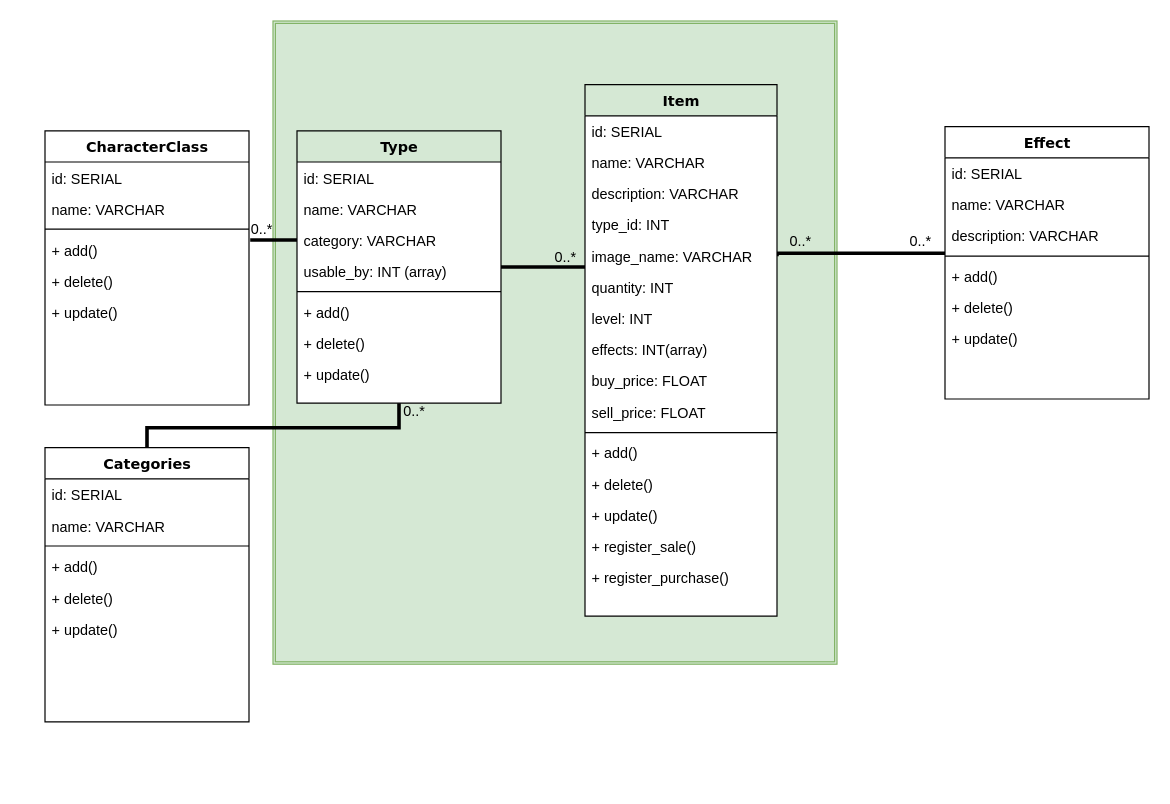
This is documents/Class Diagram.drawio from joshua-gibson/adventurer_shop, a draw.io file, before an edit. Source tidied: cells renumbered, new cells numbered last; positions are measured from the earlier drawing's top-left corner, leaving out a move shared by most shapes. Both pictures are drawn from the tidied source at 120%, with x=0, y=0 at pixel (44, 20).
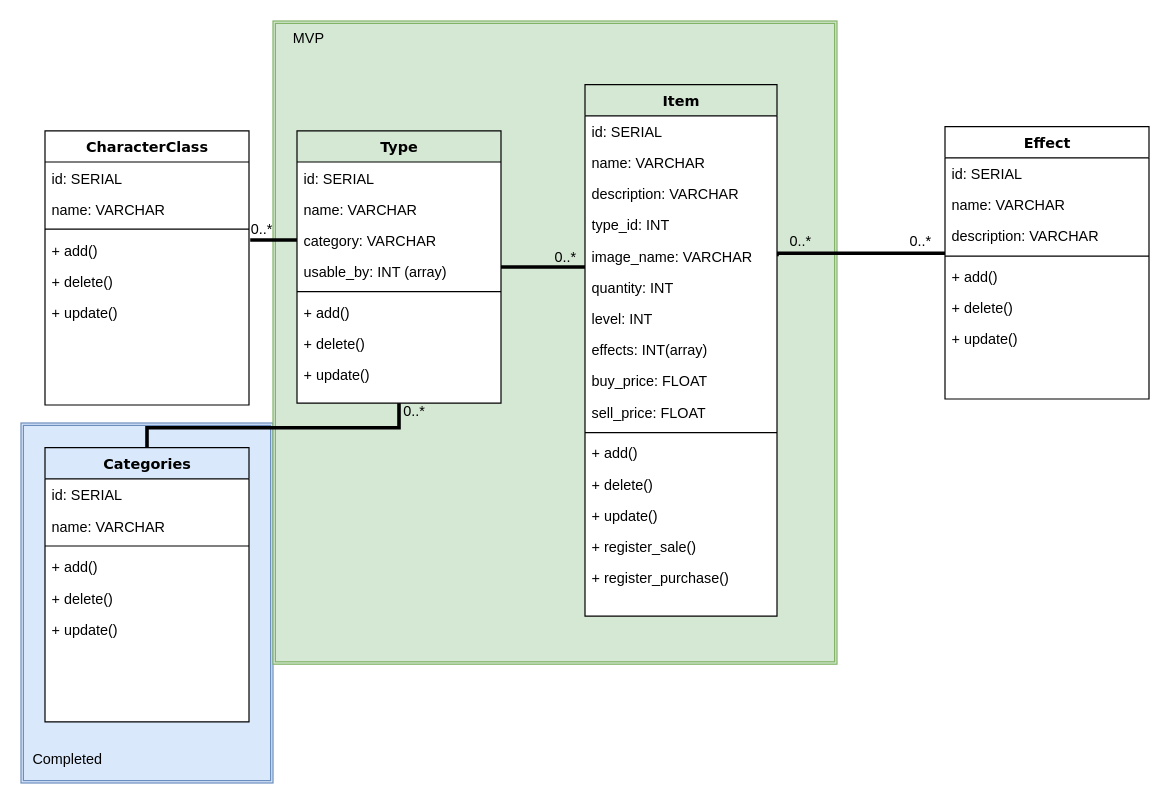
The same page after the edit.

Commit message (it also covers changes not shown here):
character class model and db created, passes tests

The edit, as a diff of the source:
```diff
@@
+    <mxCell id="60" style="shape=ext;double=1;rounded=0;whiteSpace=wrap;html=1;fillColor=#dae8fc;strokeColor=#6c8ebf;" parent="1" vertex="1">
+      <mxGeometry x="-20" y="335" width="210" height="300" as="geometry" />
+    </mxCell>
@@
+    <mxCell id="61" value="MVP" style="text;html=1;strokeColor=none;fillColor=none;align=center;verticalAlign=middle;whiteSpace=wrap;rounded=0;" parent="1" vertex="1">
+      <mxGeometry x="200" y="5" width="40" height="20" as="geometry" />
+    </mxCell>
+    <mxCell id="62" value="Completed" style="text;html=1;strokeColor=none;fillColor=none;align=center;verticalAlign=middle;whiteSpace=wrap;rounded=0;" parent="1" vertex="1">
+      <mxGeometry x="-1" y="606" width="40" height="20" as="geometry" />
+    </mxCell>
```
